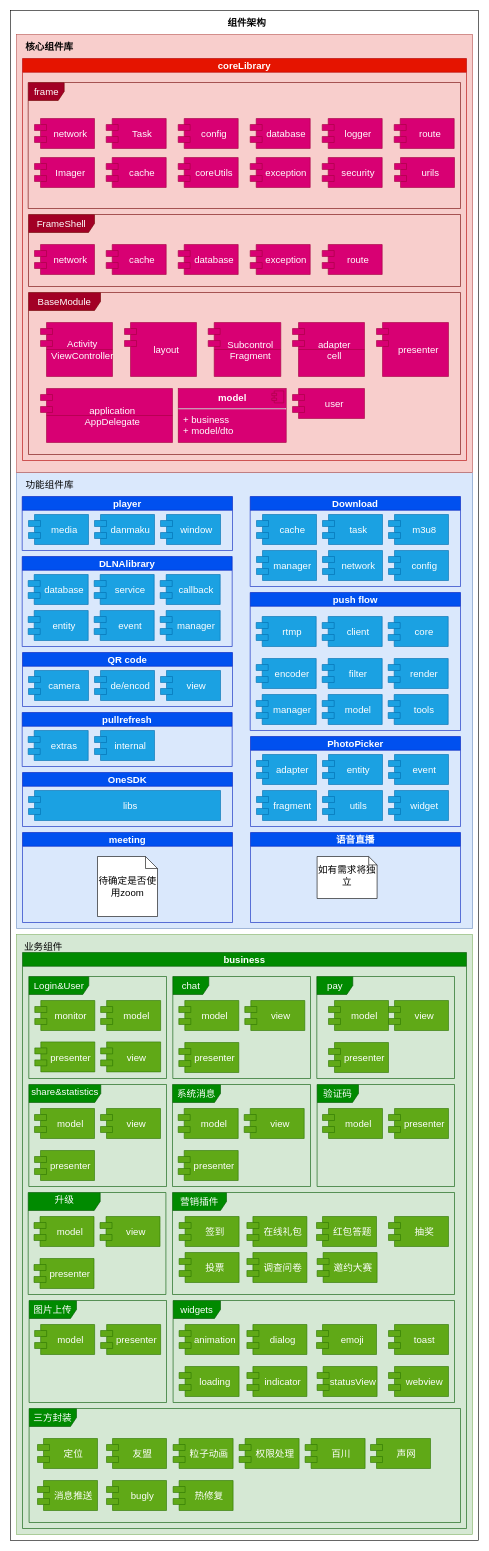
Before: 架构设计/未命名绘图.drawio in mengzhuSDK/diagram, a draw.io diagram. Source tidied: cells renumbered, new cells numbered last; positions are measured from the earlier drawing's top-left corner, leaving out a move shared by most shapes. Both pictures are drawn from the tidied source at 60%, with x=0, y=0 at pixel (10, 10).
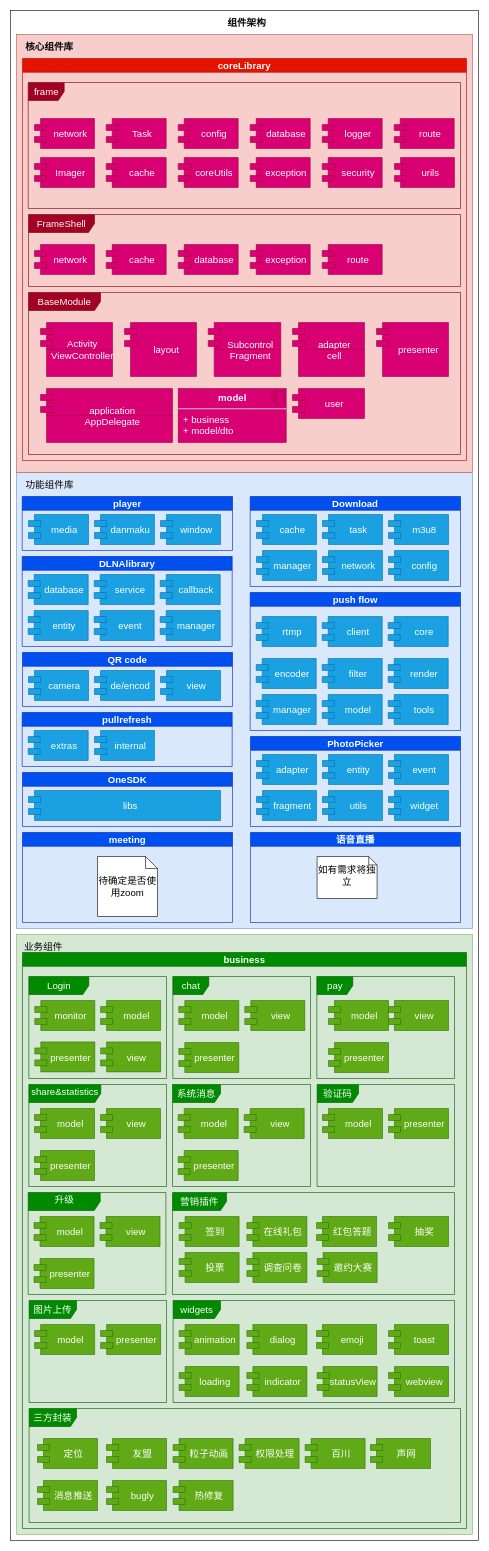
Above is the later version.

Commit message:
更新未命名绘图.drawio

The change refers to these unchanged cells:
```xml
<mxCell id="52" value="business" style="swimlane;fontSize=16;html=0;fillColor=#008a00;strokeColor=#005700;fontColor=#ffffff;" parent="1" vertex="1">
  <mxGeometry x="20" y="1570" width="740" height="960" as="geometry" />
</mxCell>
```

What changed in the source:
```diff
@@
-    <mxCell id="53" value="Login&amp;amp;User" style="shape=umlFrame;whiteSpace=wrap;html=1;fontSize=16;fontColor=#ffffff;width=100;height=30;fillColor=#008a00;strokeColor=#005700;" parent="52" vertex="1">
+    <mxCell id="53" value="Login" style="shape=umlFrame;whiteSpace=wrap;html=1;fontSize=16;fontColor=#ffffff;width=100;height=30;fillColor=#008a00;strokeColor=#005700;" parent="52" vertex="1">
       <mxGeometry x="10.5" y="40" width="229.5" height="170" as="geometry" />
     </mxCell>
```
